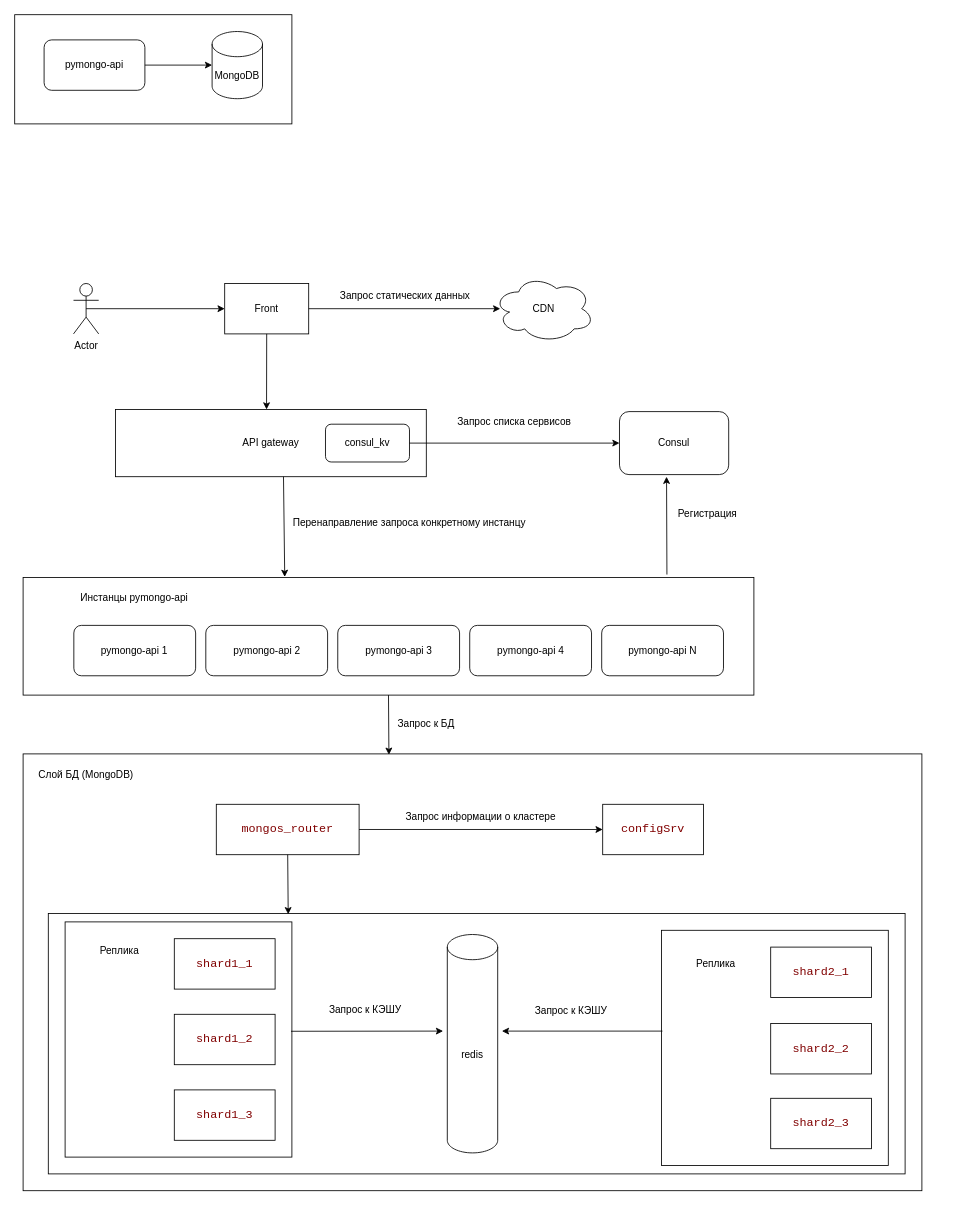
Earlier version of the draw.io diagram diagram.drawio (tkabdullin/arch-project-sprint-2). Source tidied: cells renumbered, new cells numbered last; positions are measured from the earlier drawing's top-left corner, leaving out a move shared by most shapes. Both pictures are drawn from the tidied source at 84%, with x=0, y=0 at pixel (14, 14).
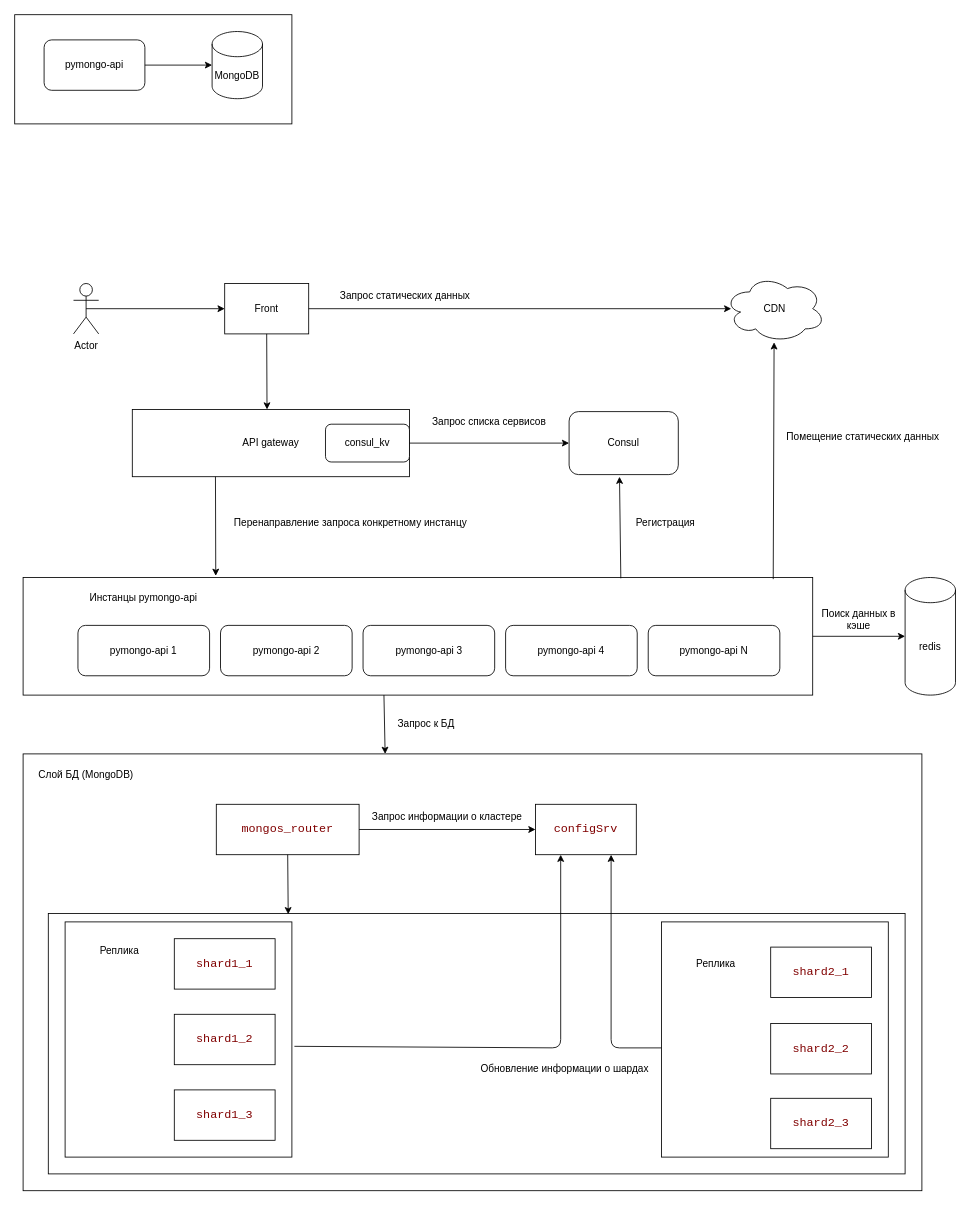
Above is the later version.

Commit message:
Исправление замечаний по PR

Unchanged cells that the change refers to:
```xml
<mxCell id="28" style="startSize=0;strokeColor=rgb(0, 0, 0);fontFamily=Helvetica;fontSize=12;fontColor=rgb(0, 0, 0);fillColor=rgb(255, 255, 255);" parent="1" vertex="1">
  <mxGeometry x="10" y="880" width="1070" height="520" as="geometry" />
</mxCell>
<mxCell id="41" style="rounded=0;whiteSpace=wrap;html=1;strokeColor=rgb(0, 0, 0);fontFamily=Helvetica;fontSize=12;fontColor=rgb(0, 0, 0);startSize=0;fillColor=rgb(255, 255, 255);" parent="1" vertex="1">
  <mxGeometry x="60" y="1080" width="270" height="280" as="geometry" />
</mxCell>
```

Diff of the diagram source:
```diff
@@
     <mxCell id="6" style="startSize=0;" parent="1" vertex="1">
-      <mxGeometry x="10" y="670" width="870" height="140" as="geometry" />
+      <mxGeometry x="10" y="670" width="940" height="140" as="geometry" />
     </mxCell>
     <mxCell id="7" value="pymongo-api 1" style="rounded=1;whiteSpace=wrap;html=1;" parent="6" vertex="1">
-      <mxGeometry x="60.4" y="57" width="145" height="60" as="geometry" />
+      <mxGeometry x="65.3" y="57" width="156.7" height="60" as="geometry" />
     </mxCell>
     <mxCell id="8" value="pymongo-api 2" style="rounded=1;whiteSpace=wrap;html=1;" parent="6" vertex="1">
-      <mxGeometry x="217.5" y="57" width="145" height="60" as="geometry" />
+      <mxGeometry x="235" y="57" width="156.7" height="60" as="geometry" />
     </mxCell>
     <mxCell id="9" value="pymongo-api 3" style="rounded=1;whiteSpace=wrap;html=1;" parent="6" vertex="1">
-      <mxGeometry x="374.6" y="57" width="145" height="60" as="geometry" />
+      <mxGeometry x="404.7" y="57" width="156.7" height="60" as="geometry" />
     </mxCell>
     <mxCell id="10" value="pymongo-api 4" style="rounded=1;whiteSpace=wrap;html=1;" parent="6" vertex="1">
-      <mxGeometry x="531.7" y="57" width="145" height="60" as="geometry" />
+      <mxGeometry x="574.4" y="57" width="156.7" height="60" as="geometry" />
     </mxCell>
     <mxCell id="11" value="pymongo-api N" style="rounded=1;whiteSpace=wrap;html=1;" parent="6" vertex="1">
-      <mxGeometry x="688.8" y="57" width="145" height="60" as="geometry" />
+      <mxGeometry x="744.2" y="57" width="156.7" height="60" as="geometry" />
     </mxCell>
     <mxCell id="12" value="Инстанцы pymongo-api" style="text;html=1;strokeColor=none;fillColor=none;align=center;verticalAlign=middle;whiteSpace=wrap;rounded=0;fontFamily=Helvetica;fontSize=12;fontColor=rgb(0, 0, 0);startSize=0;" parent="6" vertex="1">
-      <mxGeometry x="36.2" y="10" width="193.3" height="30" as="geometry" />
+      <mxGeometry x="39.2" y="10" width="208.9" height="30" as="geometry" />
     </mxCell>
@@
     <mxCell id="17" value="CDN" style="ellipse;shape=cloud;whiteSpace=wrap;html=1;strokeColor=rgb(0, 0, 0);fontFamily=Helvetica;fontSize=12;fontColor=rgb(0, 0, 0);startSize=0;fillColor=rgb(255, 255, 255);" parent="1" vertex="1">
-      <mxGeometry x="570" y="310" width="120" height="80" as="geometry" />
+      <mxGeometry x="845" y="310" width="120" height="80" as="geometry" />
     </mxCell>
@@
     <mxCell id="20" value="API gateway" style="rounded=0;whiteSpace=wrap;html=1;strokeColor=rgb(0, 0, 0);fontFamily=Helvetica;fontSize=12;fontColor=rgb(0, 0, 0);startSize=0;fillColor=rgb(255, 255, 255);" parent="1" vertex="1">
-      <mxGeometry x="120" y="470" width="370" height="80" as="geometry" />
+      <mxGeometry x="140" y="470" width="330" height="80" as="geometry" />
     </mxCell>
@@
     <mxCell id="23" value="Consul" style="rounded=1;whiteSpace=wrap;html=1;" parent="1" vertex="1">
-      <mxGeometry x="720" y="472.5" width="130" height="75" as="geometry" />
+      <mxGeometry x="660" y="472.5" width="130" height="75" as="geometry" />
     </mxCell>
@@
     <mxCell id="25" value="Запрос списка сервисов" style="text;html=1;strokeColor=none;fillColor=none;align=center;verticalAlign=middle;whiteSpace=wrap;rounded=0;fontFamily=Helvetica;fontSize=12;fontColor=rgb(0, 0, 0);startSize=0;" parent="1" vertex="1">
-      <mxGeometry x="510" y="470" width="170" height="30" as="geometry" />
+      <mxGeometry x="480" y="470" width="170" height="30" as="geometry" />
     </mxCell>
-    <mxCell id="26" style="endArrow=classic;html=1;rounded=1;labelBackgroundColor=default;strokeColor=default;fontFamily=Helvetica;fontSize=12;fontColor=rgb(0, 0, 0);startSize=0;shape=connector;entryX=0.358;entryY=-0.005;entryDx=0;entryDy=0;entryPerimeter=0;" parent="1" edge="1" target="6">
+    <mxCell id="26" style="endArrow=classic;html=1;rounded=1;labelBackgroundColor=default;strokeColor=default;fontFamily=Helvetica;fontSize=12;fontColor=rgb(0, 0, 0);startSize=0;shape=connector;entryX=0.244;entryY=-0.014;entryDx=0;entryDy=0;entryPerimeter=0;" parent="1" edge="1" target="6">
       <mxGeometry relative="1" as="geometry">
-        <mxPoint x="320" y="550" as="sourcePoint" />
+        <mxPoint x="239" y="550" as="sourcePoint" />
       </mxGeometry>
     </mxCell>
     <mxCell id="27" value="Перенаправление запроса конкретному инстанцу" style="text;html=1;strokeColor=none;fillColor=none;align=center;verticalAlign=middle;whiteSpace=wrap;rounded=0;fontFamily=Helvetica;fontSize=12;fontColor=rgb(0, 0, 0);startSize=0;" parent="1" vertex="1">
-      <mxGeometry x="320" y="590" width="300" height="30" as="geometry" />
+      <mxGeometry x="250" y="590" width="300" height="30" as="geometry" />
     </mxCell>
@@
     <mxCell id="31" value="&lt;div style=&quot;background-color: rgb(255, 255, 255); font-family: Consolas, &amp;quot;Courier New&amp;quot;, monospace; font-size: 14px; line-height: 19px;&quot;&gt;&lt;span style=&quot;color: #800000;&quot;&gt;configSrv&lt;/span&gt;&lt;/div&gt;" style="rounded=0;whiteSpace=wrap;html=1;strokeColor=rgb(0, 0, 0);fontFamily=Helvetica;fontSize=12;fontColor=rgb(0, 0, 0);startSize=0;fillColor=rgb(255, 255, 255);" parent="1" vertex="1">
-      <mxGeometry x="700" y="940" width="120" height="60" as="geometry" />
+      <mxGeometry x="620" y="940" width="120" height="60" as="geometry" />
     </mxCell>
@@
     <mxCell id="33" value="Запрос информации о кластере" style="text;html=1;strokeColor=none;fillColor=none;align=center;verticalAlign=middle;whiteSpace=wrap;rounded=0;fontFamily=Helvetica;fontSize=12;fontColor=rgb(0, 0, 0);startSize=0;" parent="1" vertex="1">
-      <mxGeometry x="460" y="940" width="190" height="30" as="geometry" />
+      <mxGeometry x="420" y="940" width="190" height="30" as="geometry" />
     </mxCell>
-    <mxCell id="34" style="endArrow=classic;html=1;rounded=1;labelBackgroundColor=default;strokeColor=default;fontFamily=Helvetica;fontSize=12;fontColor=rgb(0, 0, 0);startSize=0;shape=connector;entryX=0.881;entryY=-0.025;entryDx=0;entryDy=0;entryPerimeter=0;exitX=0.881;exitY=-0.025;exitDx=0;exitDy=0;exitPerimeter=0;" parent="1" edge="1" source="6">
+    <mxCell id="34" style="endArrow=classic;html=1;rounded=1;labelBackgroundColor=default;strokeColor=default;fontFamily=Helvetica;fontSize=12;fontColor=rgb(0, 0, 0);startSize=0;shape=connector;exitX=0.757;exitY=0.007;exitDx=0;exitDy=0;exitPerimeter=0;" parent="1" edge="1" source="6">
       <mxGeometry relative="1" as="geometry">
-        <mxPoint x="776" y="550" as="targetPoint" />
+        <mxPoint x="720" y="550" as="targetPoint" />
       </mxGeometry>
     </mxCell>
     <mxCell id="35" value="Регистрация" style="text;html=1;strokeColor=none;fillColor=none;align=center;verticalAlign=middle;whiteSpace=wrap;rounded=0;fontFamily=Helvetica;fontSize=12;fontColor=rgb(0, 0, 0);startSize=0;" parent="1" vertex="1">
-      <mxGeometry x="780" y="580" width="90" height="30" as="geometry" />
+      <mxGeometry x="730" y="590" width="90" height="30" as="geometry" />
     </mxCell>
-    <mxCell id="36" style="endArrow=classic;html=1;rounded=1;labelBackgroundColor=default;strokeColor=default;fontFamily=Helvetica;fontSize=12;fontColor=rgb(0, 0, 0);startSize=0;shape=connector;entryX=0.407;entryY=0.002;entryDx=0;entryDy=0;entryPerimeter=0;exitX=0.5;exitY=1;exitDx=0;exitDy=0;" parent="1" edge="1" source="6" target="28">
-      <mxGeometry relative="1" as="geometry" />
+    <mxCell id="36" style="endArrow=classic;html=1;rounded=1;labelBackgroundColor=default;strokeColor=default;fontFamily=Helvetica;fontSize=12;fontColor=rgb(0, 0, 0);startSize=0;shape=connector;exitX=0.457;exitY=1;exitDx=0;exitDy=0;exitPerimeter=0;" parent="1" edge="1" source="6">
+      <mxGeometry relative="1" as="geometry">
+        <mxPoint x="441" y="880" as="targetPoint" />
+      </mxGeometry>
     </mxCell>
@@
     <mxCell id="39" value="redis" style="shape=cylinder3;whiteSpace=wrap;html=1;boundedLbl=1;backgroundOutline=1;size=15;strokeColor=rgb(0, 0, 0);fontFamily=Helvetica;fontSize=12;fontColor=rgb(0, 0, 0);startSize=0;fillColor=rgb(255, 255, 255);" parent="1" vertex="1">
-      <mxGeometry x="515" y="1095" width="60" height="260" as="geometry" />
+      <mxGeometry x="1060" y="670" width="60" height="140" as="geometry" />
     </mxCell>
@@
     <mxCell id="46" style="rounded=0;whiteSpace=wrap;html=1;strokeColor=rgb(0, 0, 0);fontFamily=Helvetica;fontSize=12;fontColor=rgb(0, 0, 0);startSize=0;fillColor=rgb(255, 255, 255);" parent="1" vertex="1">
-      <mxGeometry x="770" y="1090" width="270" height="280" as="geometry" />
+      <mxGeometry x="770" y="1080" width="270" height="280" as="geometry" />
     </mxCell>
@@
-    <mxCell id="50" style="endArrow=classic;html=1;rounded=1;labelBackgroundColor=default;strokeColor=default;fontFamily=Helvetica;fontSize=12;fontColor=rgb(0, 0, 0);startSize=0;shape=connector;exitX=0.996;exitY=0.465;exitDx=0;exitDy=0;exitPerimeter=0;" parent="1" edge="1" source="41">
-      <mxGeometry relative="1" as="geometry">
-        <mxPoint x="510" y="1210" as="targetPoint" />
-      </mxGeometry>
-    </mxCell>
-    <mxCell id="51" style="endArrow=classic;html=1;rounded=1;labelBackgroundColor=default;strokeColor=default;fontFamily=Helvetica;fontSize=12;fontColor=rgb(0, 0, 0);startSize=0;shape=connector;" parent="1" edge="1">
-      <mxGeometry relative="1" as="geometry">
-        <mxPoint x="771.1" y="1210" as="sourcePoint" />
-        <mxPoint x="580" y="1210" as="targetPoint" />
-      </mxGeometry>
-    </mxCell>
-    <mxCell id="52" value="Запрос к КЭШУ" style="text;html=1;strokeColor=none;fillColor=none;align=center;verticalAlign=middle;whiteSpace=wrap;rounded=0;fontFamily=Helvetica;fontSize=12;fontColor=rgb(0, 0, 0);startSize=0;" parent="1" vertex="1">
-      <mxGeometry x="345" y="1170" width="145" height="30" as="geometry" />
+    <mxCell id="52" value="Поиск данных в кэше" style="text;html=1;strokeColor=none;fillColor=none;align=center;verticalAlign=middle;whiteSpace=wrap;rounded=0;fontFamily=Helvetica;fontSize=12;fontColor=rgb(0, 0, 0);startSize=0;" parent="1" vertex="1">
+      <mxGeometry x="950" y="700" width="110" height="40" as="geometry" />
     </mxCell>
-    <mxCell id="53" value="Запрос к КЭШУ" style="text;html=1;strokeColor=none;fillColor=none;align=center;verticalAlign=middle;whiteSpace=wrap;rounded=0;fontFamily=Helvetica;fontSize=12;fontColor=rgb(0, 0, 0);startSize=0;" parent="1" vertex="1">
-      <mxGeometry x="590" y="1171" width="145" height="30" as="geometry" />
-    </mxCell>
@@
+    <mxCell id="55" style="endArrow=classic;html=1;entryX=0;entryY=0.5;entryDx=0;entryDy=0;entryPerimeter=0;exitX=1;exitY=0.5;exitDx=0;exitDy=0;" parent="1" edge="1" source="6" target="39">
+      <mxGeometry relative="1" as="geometry" />
+    </mxCell>
+    <mxCell id="56" style="endArrow=classic;html=1;entryX=0.492;entryY=1;entryDx=0;entryDy=0;entryPerimeter=0;exitX=0.95;exitY=0.014;exitDx=0;exitDy=0;exitPerimeter=0;" parent="1" edge="1" source="6" target="17">
+      <mxGeometry relative="1" as="geometry" />
+    </mxCell>
+    <mxCell id="57" value="Помещение статических данных" style="text;html=1;strokeColor=none;fillColor=none;align=center;verticalAlign=middle;whiteSpace=wrap;rounded=0;" parent="1" vertex="1">
+      <mxGeometry x="910" y="487.5" width="200" height="30" as="geometry" />
+    </mxCell>
+    <mxCell id="58" style="endArrow=classic;html=1;entryX=0.25;entryY=1;entryDx=0;entryDy=0;exitX=1.011;exitY=0.529;exitDx=0;exitDy=0;exitPerimeter=0;" parent="1" edge="1" source="41" target="31">
+      <mxGeometry relative="1" as="geometry">
+        <Array as="points">
+          <mxPoint x="650" y="1230" />
+        </Array>
+      </mxGeometry>
+    </mxCell>
+    <mxCell id="59" style="endArrow=classic;html=1;entryX=0.75;entryY=1;entryDx=0;entryDy=0;" parent="1" edge="1" target="31">
+      <mxGeometry relative="1" as="geometry">
+        <mxPoint x="770" y="1230" as="sourcePoint" />
+        <Array as="points">
+          <mxPoint x="710" y="1230" />
+        </Array>
+      </mxGeometry>
+    </mxCell>
+    <mxCell id="60" value="Обновление информации о шардах" style="text;html=1;strokeColor=none;fillColor=none;align=center;verticalAlign=middle;whiteSpace=wrap;rounded=0;" parent="1" vertex="1">
+      <mxGeometry x="550" y="1240" width="210" height="30" as="geometry" />
+    </mxCell>
```
